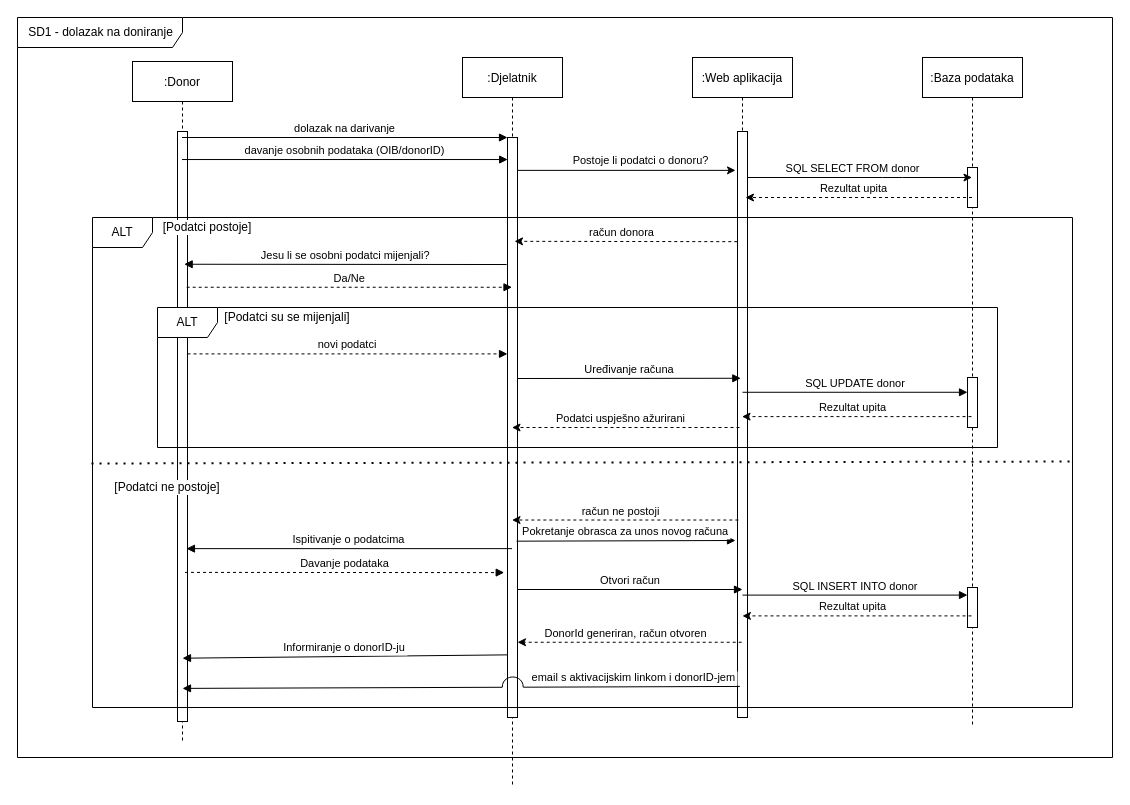
ToniIvankovic/TrueBlood keeps this draw.io diagram as page "SD1 dolazak na doniranje" (1 of 2) of Dokumentacija/Use cases/Sekvencijski.drawio. Above is the earlier version. Source tidied: cells renumbered, new cells numbered last; positions are measured from the earlier drawing's top-left corner, leaving out a move shared by most shapes. Both pictures are drawn from the tidied source at 100%, with x=0, y=0 at pixel (17, 17).
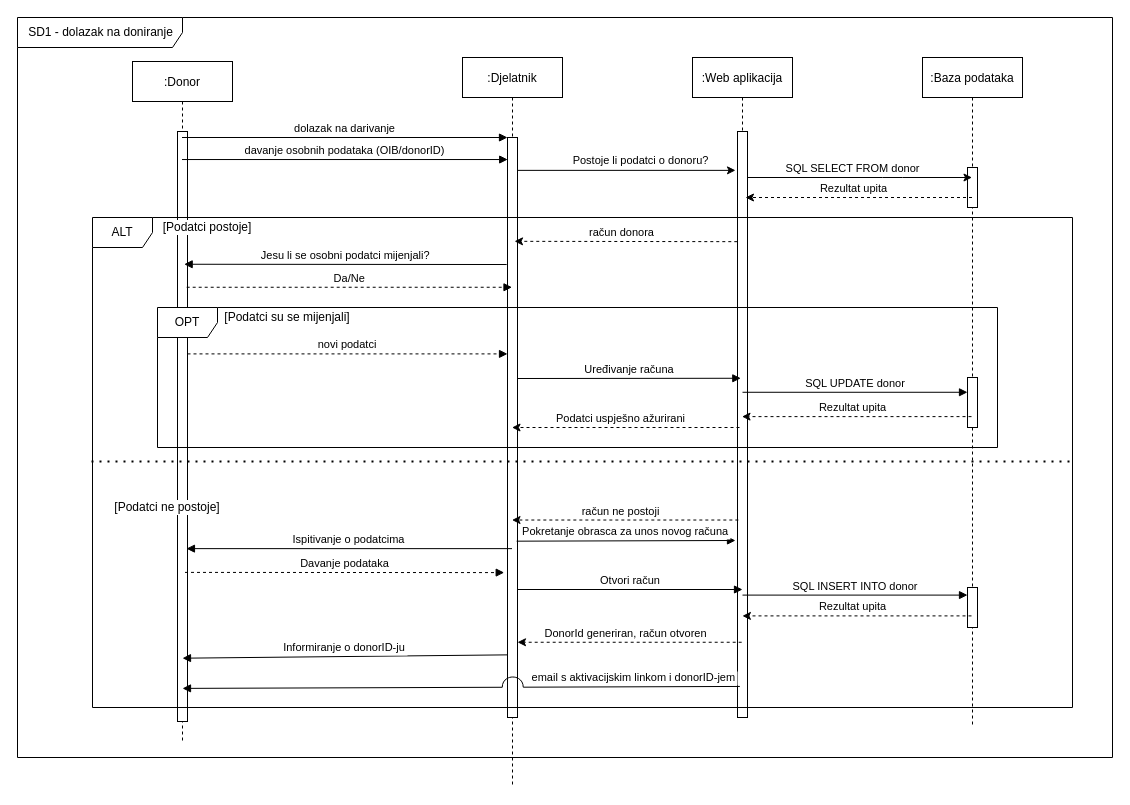
After the change.

The change refers to these unchanged cells:
```xml
<mxCell id="51" value="ALT" style="shape=umlFrame;whiteSpace=wrap;html=1;fillColor=none;" parent="1" vertex="1">
  <mxGeometry x="75" y="200" width="980" height="490" as="geometry" />
</mxCell>
```

What changed in the source:
```diff
@@
-    <mxCell id="48" style="endArrow=none;dashed=1;html=1;dashPattern=1 3;strokeWidth=2;labelBackgroundColor=none;fontColor=#000000;exitX=-0.001;exitY=0.502;exitDx=0;exitDy=0;exitPerimeter=0;entryX=1.003;entryY=0.498;entryDx=0;entryDy=0;entryPerimeter=0;" parent="1" edge="1" source="51" target="51">
-      <mxGeometry relative="1" as="geometry" />
+    <mxCell id="48" style="endArrow=none;dashed=1;html=1;dashPattern=1 3;strokeWidth=2;labelBackgroundColor=none;fontColor=#000000;entryX=1.003;entryY=0.498;entryDx=0;entryDy=0;entryPerimeter=0;" parent="1" edge="1" target="51">
+      <mxGeometry relative="1" as="geometry">
+        <mxPoint x="74" y="444" as="sourcePoint" />
+      </mxGeometry>
     </mxCell>
     <mxCell id="49" value="[Podatci ne postoje]" style="text;html=1;strokeColor=none;fillColor=none;align=center;verticalAlign=middle;whiteSpace=wrap;rounded=0;labelBackgroundColor=#ffffff;" parent="1" vertex="1">
-      <mxGeometry x="85" y="460" width="130" height="20" as="geometry" />
+      <mxGeometry x="85" y="480" width="130" height="20" as="geometry" />
     </mxCell>
-    <mxCell id="50" value="ALT" style="shape=umlFrame;whiteSpace=wrap;html=1;" parent="1" vertex="1">
+    <mxCell id="50" value="OPT" style="shape=umlFrame;whiteSpace=wrap;html=1;" parent="1" vertex="1">
       <mxGeometry x="140" y="290" width="840" height="140" as="geometry" />
     </mxCell>
```
